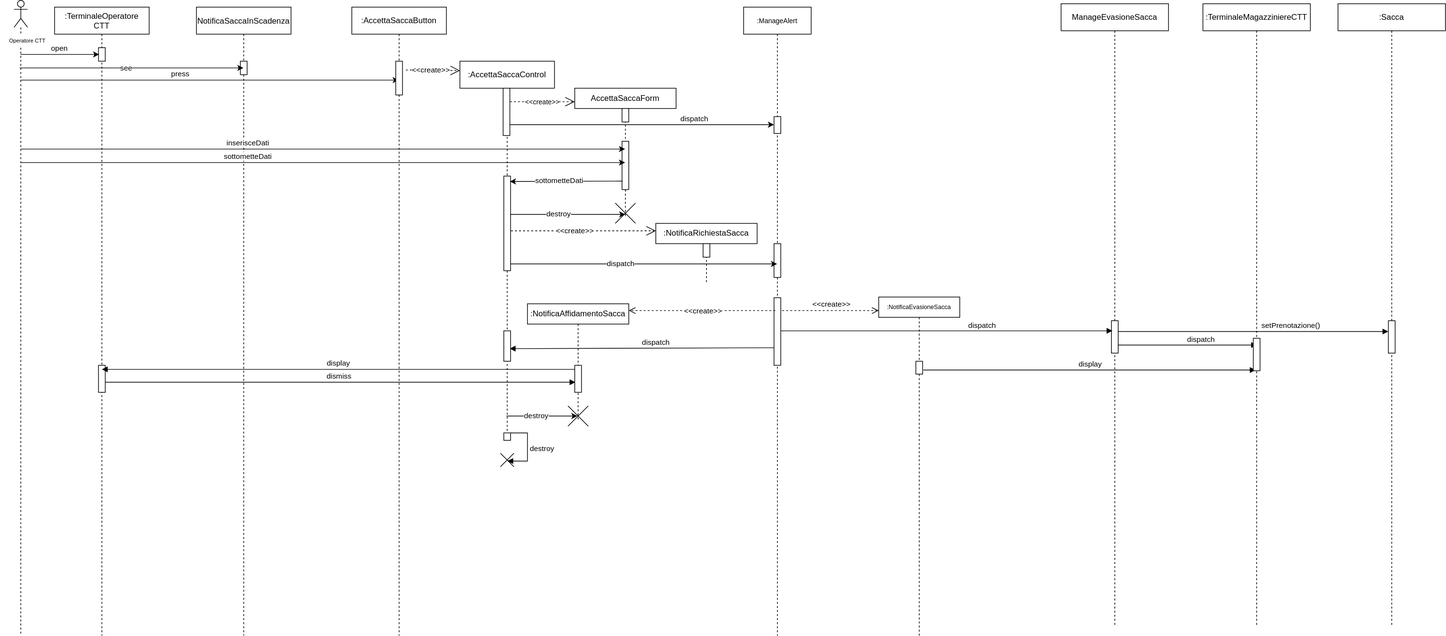
Above: System Definition/Editabili/Sequence diagrams/.svg/RispostaAlert.svg in MarcoRuta/Sistema-gestione-CCS-CTT-UnaRegione (draw.io), before the change. Source tidied: cells renumbered, new cells last; positions are measured from the earlier drawing's top-left corner, leaving out a move shared by most shapes.
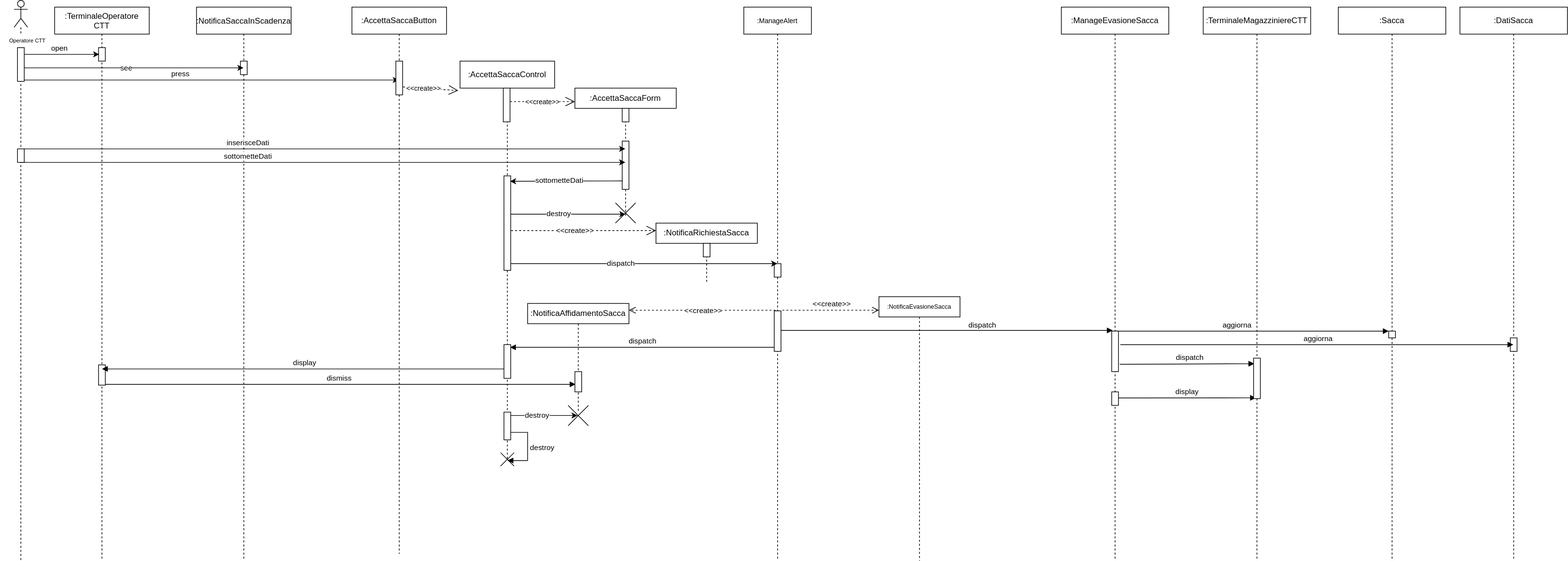
The same diagram one commit later.

Diff of the diagram source:
```diff
@@ -2,24 +2,20 @@
   <root>
     <mxCell id="0" />
     <mxCell id="1" parent="0" />
-    <mxCell id="2" value="setPrenotazione()" style="html=1;verticalAlign=bottom;endArrow=block;" parent="1" edge="1" target="70">
-      <mxGeometry x="0.29" relative="1" as="geometry">
+    <mxCell id="2" value="aggiorna" style="html=1;verticalAlign=bottom;endArrow=block;" parent="1" edge="1" target="70">
+      <mxGeometry x="-0.11" relative="1" as="geometry">
         <mxPoint x="1650" y="490" as="sourcePoint" />
       </mxGeometry>
     </mxCell>
-    <mxCell id="3" value="dispatch" style="html=1;verticalAlign=bottom;endArrow=block;" parent="1" edge="1">
-      <mxGeometry x="0.22" y="-1" relative="1" as="geometry">
-        <mxPoint x="1650" y="510" as="sourcePoint" />
-        <mxPoint x="1860" y="510" as="targetPoint" />
-        <mxPoint x="-1" as="offset" />
-      </mxGeometry>
+    <mxCell id="3" value="dispatch" style="html=1;verticalAlign=bottom;endArrow=block;exitX=1.197;exitY=0.82;exitDx=0;exitDy=0;exitPerimeter=0;entryX=0.106;entryY=0.138;entryDx=0;entryDy=0;entryPerimeter=0;" parent="1" edge="1" source="39" target="68">
+      <mxGeometry x="0.04" y="1" relative="1" as="geometry" />
     </mxCell>
     <mxCell id="4" value="dismiss" style="html=1;verticalAlign=bottom;endArrow=block;entryX=0.1;entryY=0.625;entryDx=0;entryDy=0;entryPerimeter=0;" parent="1" edge="1" source="24" target="64">
       <mxGeometry relative="1" as="geometry" />
     </mxCell>
     <mxCell id="5" value="display" style="html=1;verticalAlign=bottom;endArrow=block;entryX=0.35;entryY=0.979;entryDx=0;entryDy=0;entryPerimeter=0;" parent="1" edge="1" target="68">
       <mxGeometry relative="1" as="geometry">
-        <mxPoint x="1366" y="547" as="sourcePoint" />
+        <mxPoint x="1654" y="589" as="sourcePoint" />
       </mxGeometry>
     </mxCell>
     <mxCell id="6" value="&amp;lt;&amp;lt;create&amp;gt;&amp;gt;" style="endArrow=open;endSize=12;dashed=1;html=1;" parent="1" edge="1" source="18">
@@ -28,33 +24,20 @@
         <mxPoint x="1" as="offset" />
       </mxGeometry>
     </mxCell>
-    <mxCell id="7" value="dispatch" style="html=1;verticalAlign=bottom;endArrow=block;entryX=0.883;entryY=0.585;entryDx=0;entryDy=0;entryPerimeter=0;" parent="1" edge="1" target="20">
-      <mxGeometry x="-0.1" relative="1" as="geometry">
+    <mxCell id="7" value="dispatch" style="html=1;verticalAlign=bottom;endArrow=block;" parent="1" edge="1">
+      <mxGeometry relative="1" as="geometry">
         <mxPoint x="1146.7" y="514" as="sourcePoint" />
+        <mxPoint x="754" y="514" as="targetPoint" />
       </mxGeometry>
     </mxCell>
     <mxCell id="8" value="&lt;span style=&quot;font-size: 12px&quot;&gt;:NotificaAffidamentoSacca&lt;/span&gt;" style="shape=umlLifeline;perimeter=lifelinePerimeter;whiteSpace=wrap;html=1;fillColor=#ffffff;fontSize=8;size=30;" parent="1" vertex="1">
-      <mxGeometry x="780" y="449" width="150" height="171" as="geometry" />
+      <mxGeometry x="780" y="449" width="150" height="161" as="geometry" />
     </mxCell>
     <mxCell id="9" style="shape=umlDestroy;" parent="8" vertex="1">
       <mxGeometry x="60" y="151" width="30" height="30" as="geometry" />
     </mxCell>
-    <mxCell id="10" style="endArrow=classic;html=1;" parent="1" edge="1">
-      <mxGeometry relative="1" as="geometry">
-        <mxPoint x="749.8" y="184" as="sourcePoint" />
-        <mxPoint x="1145" y="184" as="targetPoint" />
-        <Array as="points">
-          <mxPoint x="968.5" y="184" />
-        </Array>
-      </mxGeometry>
-    </mxCell>
-    <mxCell id="11" value="dispatch" style="edgeLabel;html=1;align=center;verticalAlign=middle;" parent="10" vertex="1">
-      <mxGeometry x="-0.4" y="-2" relative="1" as="geometry">
-        <mxPoint x="158" y="-12" as="offset" />
-      </mxGeometry>
-    </mxCell>
     <mxCell id="12" style="shape=umlLifeline;participant=umlActor;perimeter=lifelinePerimeter;whiteSpace=wrap;html=1;verticalAlign=top;spacingTop=36;outlineConnect=0;size=40;" parent="1" vertex="1">
-      <mxGeometry x="20" width="20" height="940" as="geometry" />
+      <mxGeometry x="20" width="20" height="830" as="geometry" />
     </mxCell>
     <mxCell id="13" style="endArrow=classic;html=1;" parent="1" edge="1" target="15">
       <mxGeometry relative="1" as="geometry">
@@ -70,30 +53,14 @@
       </mxGeometry>
     </mxCell>
     <mxCell id="15" value="&lt;span&gt;:AccettaSaccaButton&lt;/span&gt;" style="shape=umlLifeline;perimeter=lifelinePerimeter;whiteSpace=wrap;html=1;outlineConnect=0;fillColor=#ffffff;" parent="1" vertex="1">
-      <mxGeometry x="520" y="10" width="140" height="930" as="geometry" />
+      <mxGeometry x="520" y="10" width="140" height="810" as="geometry" />
     </mxCell>
     <mxCell id="16" style="points=[];perimeter=orthogonalPerimeter;rounded=0;shadow=0;strokeWidth=1;" parent="15" vertex="1">
       <mxGeometry x="65" y="80" width="10" height="50" as="geometry" />
     </mxCell>
-    <mxCell id="17" value="&amp;lt;&amp;lt;create&amp;gt;&amp;gt;" style="endArrow=open;endSize=12;dashed=1;html=1;entryX=0;entryY=0.083;entryDx=0;entryDy=0;entryPerimeter=0;" parent="1" edge="1">
-      <mxGeometry x="-0.1" relative="1" as="geometry">
-        <mxPoint x="600" y="103" as="sourcePoint" />
-        <mxPoint x="680" y="104" as="targetPoint" />
-        <mxPoint x="1" as="offset" />
-      </mxGeometry>
-    </mxCell>
     <mxCell id="18" value="&lt;div&gt;:AccettaSaccaControl&lt;/div&gt;" style="shape=umlLifeline;perimeter=lifelinePerimeter;whiteSpace=wrap;html=1;outlineConnect=0;fillColor=#ffffff;" parent="1" vertex="1">
-      <mxGeometry x="680" y="90" width="140" height="560" as="geometry" />
+      <mxGeometry x="680" y="90" width="140" height="590" as="geometry" />
     </mxCell>
-    <mxCell id="19" style="points=[];perimeter=orthogonalPerimeter;rounded=0;shadow=0;strokeWidth=1;" parent="18" vertex="1">
-      <mxGeometry x="64" y="40" width="10" height="70" as="geometry" />
-    </mxCell>
-    <mxCell id="20" style="points=[];perimeter=orthogonalPerimeter;rounded=0;shadow=0;strokeWidth=1;" parent="18" vertex="1">
-      <mxGeometry x="65" y="399" width="10" height="45" as="geometry" />
-    </mxCell>
-    <mxCell id="21" style="points=[];perimeter=orthogonalPerimeter;rounded=0;shadow=0;strokeWidth=1;" parent="18" vertex="1">
-      <mxGeometry x="65" y="170" width="10" height="140" as="geometry" />
-    </mxCell>
     <mxCell id="22" value="Operatore CTT" style="text;align=center;fontStyle=0;verticalAlign=middle;spacingLeft=3;spacingRight=3;strokeColor=none;fillColor=#ffffff;fontSize=8;" parent="1" vertex="1">
       <mxGeometry y="50" width="80" height="20" as="geometry" />
     </mxCell>
@@ -107,13 +74,13 @@
       </mxGeometry>
     </mxCell>
     <mxCell id="24" value=":TerminaleOperatore&#10;CTT" style="shape=umlLifeline;perimeter=lifelinePerimeter;rounded=0;shadow=0;strokeWidth=1;" parent="1" vertex="1">
-      <mxGeometry x="80" y="10" width="140" height="930" as="geometry" />
+      <mxGeometry x="80" y="10" width="140" height="820" as="geometry" />
     </mxCell>
     <mxCell id="25" style="perimeter=orthogonalPerimeter;rounded=0;shadow=0;strokeWidth=1;" parent="24" vertex="1">
       <mxGeometry x="65" y="60" width="10" height="20" as="geometry" />
     </mxCell>
     <mxCell id="26" style="perimeter=orthogonalPerimeter;rounded=0;shadow=0;strokeWidth=1;" parent="24" vertex="1">
-      <mxGeometry x="65" y="530" width="10" height="40" as="geometry" />
+      <mxGeometry x="65" y="530" width="10" height="30" as="geometry" />
     </mxCell>
     <mxCell id="27" style="endArrow=classic;html=1;" parent="1" edge="1" source="12">
       <mxGeometry relative="1" as="geometry">
@@ -129,18 +96,15 @@
       </mxGeometry>
     </mxCell>
     <mxCell id="29" value="&lt;font style=&quot;font-size: 10px&quot;&gt;:ManageAlert&lt;/font&gt;" style="shape=umlLifeline;perimeter=lifelinePerimeter;whiteSpace=wrap;html=1;outlineConnect=0;fontSize=11;size=40;" parent="1" vertex="1">
-      <mxGeometry x="1100" y="10" width="100" height="930" as="geometry" />
+      <mxGeometry x="1100" y="10" width="100" height="820" as="geometry" />
     </mxCell>
-    <mxCell id="30" style="html=1;perimeter=orthogonalPerimeter;fontSize=11;" parent="29" vertex="1">
-      <mxGeometry x="45" y="162" width="10" height="25" as="geometry" />
-    </mxCell>
     <mxCell id="31" style="html=1;perimeter=orthogonalPerimeter;fontSize=11;" parent="29" vertex="1">
-      <mxGeometry x="45" y="350" width="10" height="50" as="geometry" />
+      <mxGeometry x="45" y="380" width="10" height="20" as="geometry" />
     </mxCell>
     <mxCell id="32" style="html=1;points=[];perimeter=orthogonalPerimeter;fontSize=11;" parent="29" vertex="1">
-      <mxGeometry x="45" y="430" width="10" height="100" as="geometry" />
+      <mxGeometry x="45" y="450" width="10" height="60" as="geometry" />
     </mxCell>
-    <mxCell id="33" value="&lt;span style=&quot;font-size: 12px&quot;&gt;AccettaSaccaForm&lt;/span&gt;" style="shape=umlLifeline;perimeter=lifelinePerimeter;whiteSpace=wrap;html=1;outlineConnect=0;fillColor=#ffffff;fontSize=8;size=30;" parent="1" vertex="1">
+    <mxCell id="33" value="&lt;span style=&quot;font-size: 12px&quot;&gt;:AccettaSaccaForm&lt;/span&gt;" style="shape=umlLifeline;perimeter=lifelinePerimeter;whiteSpace=wrap;html=1;outlineConnect=0;fillColor=#ffffff;fontSize=8;size=30;" parent="1" vertex="1">
       <mxGeometry x="850" y="130" width="150" height="190" as="geometry" />
     </mxCell>
     <mxCell id="34" style="perimeter=orthogonalPerimeter;rounded=0;shadow=0;strokeWidth=1;" parent="33" vertex="1">
@@ -155,21 +119,17 @@
         <mxPoint x="930" y="459" as="targetPoint" />
       </mxGeometry>
     </mxCell>
-    <mxCell id="37" value="display" style="html=1;verticalAlign=bottom;endArrow=block;" parent="1" edge="1">
+    <mxCell id="37" value="display" style="html=1;verticalAlign=bottom;endArrow=block;" parent="1" edge="1" source="18">
       <mxGeometry relative="1" as="geometry">
-        <mxPoint x="851" y="546" as="sourcePoint" />
         <mxPoint x="150" y="546" as="targetPoint" />
       </mxGeometry>
     </mxCell>
-    <mxCell id="38" value="&lt;span&gt;ManageEvasioneSacca&lt;/span&gt;" style="shape=umlLifeline;perimeter=lifelinePerimeter;whiteSpace=wrap;html=1;fillColor=#ffffff;" parent="1" vertex="1">
-      <mxGeometry x="1570" y="5" width="159" height="920" as="geometry" />
+    <mxCell id="38" value="&lt;span&gt;:ManageEvasioneSacca&lt;/span&gt;" style="shape=umlLifeline;perimeter=lifelinePerimeter;whiteSpace=wrap;html=1;fillColor=#ffffff;" parent="1" vertex="1">
+      <mxGeometry x="1570" y="10" width="159" height="820" as="geometry" />
     </mxCell>
     <mxCell id="39" style="html=1;points=[];perimeter=orthogonalPerimeter;fontSize=11;" parent="38" vertex="1">
-      <mxGeometry x="74.5" y="469" width="10" height="48" as="geometry" />
+      <mxGeometry x="74.5" y="480" width="10" height="60" as="geometry" />
     </mxCell>
-    <mxCell id="40" style="html=1;points=[];perimeter=orthogonalPerimeter;" parent="1" vertex="1">
-      <mxGeometry x="745" y="640" width="10" height="11" as="geometry" />
-    </mxCell>
     <mxCell id="41" value="destroy" style="edgeStyle=orthogonalEdgeStyle;html=1;align=left;spacingLeft=2;endArrow=block;rounded=0;entryX=0.517;entryY=0.583;entryDx=0;entryDy=0;entryPerimeter=0;" parent="1" edge="1" source="40" target="42">
       <mxGeometry relative="1" as="geometry">
         <Array as="points">
@@ -189,11 +149,8 @@
       </mxGeometry>
     </mxCell>
     <mxCell id="44" value="&lt;font style=&quot;font-size: 9px&quot;&gt;:&lt;font style=&quot;font-size: 9px&quot;&gt;NotificaEvasioneSacca&lt;/font&gt;&lt;/font&gt;" style="shape=umlLifeline;perimeter=lifelinePerimeter;whiteSpace=wrap;html=1;fillColor=#ffffff;fontSize=8;size=30;" parent="1" vertex="1">
-      <mxGeometry x="1300" y="439" width="120" height="501" as="geometry" />
+      <mxGeometry x="1300" y="439" width="120" height="391" as="geometry" />
     </mxCell>
-    <mxCell id="45" style="perimeter=orthogonalPerimeter;rounded=0;shadow=0;strokeWidth=1;" parent="44" vertex="1">
-      <mxGeometry x="55" y="95" width="10" height="19" as="geometry" />
-    </mxCell>
     <mxCell id="46" value="dispatch" style="html=1;verticalAlign=bottom;endArrow=block;" parent="1" edge="1" source="32">
       <mxGeometry x="0.22" y="-1" relative="1" as="geometry">
         <mxPoint x="1646" y="489" as="targetPoint" />
@@ -203,8 +160,8 @@
     <mxCell id="47" style="shape=umlDestroy;" parent="1" vertex="1">
       <mxGeometry x="910" y="300" width="30" height="30" as="geometry" />
     </mxCell>
-    <mxCell id="48" value="NotificaSaccaInScadenza" style="shape=umlLifeline;perimeter=lifelinePerimeter;rounded=0;shadow=0;strokeWidth=1;" parent="1" vertex="1">
-      <mxGeometry x="290" y="10" width="140" height="930" as="geometry" />
+    <mxCell id="48" value=":NotificaSaccaInScadenza" style="shape=umlLifeline;perimeter=lifelinePerimeter;rounded=0;shadow=0;strokeWidth=1;" parent="1" vertex="1">
+      <mxGeometry x="290" y="10" width="140" height="820" as="geometry" />
     </mxCell>
     <mxCell id="49" style="perimeter=orthogonalPerimeter;rounded=0;shadow=0;strokeWidth=1;" parent="48" vertex="1">
       <mxGeometry x="65" y="80" width="10" height="20" as="geometry" />
@@ -278,11 +235,11 @@
       <mxGeometry x="-0.18" y="1" relative="1" as="geometry" />
     </mxCell>
     <mxCell id="64" style="points=[];perimeter=orthogonalPerimeter;rounded=0;shadow=0;strokeWidth=1;" parent="1" vertex="1">
-      <mxGeometry x="850" y="540" width="10" height="40" as="geometry" />
+      <mxGeometry x="850" y="550" width="10" height="30" as="geometry" />
     </mxCell>
     <mxCell id="65" style="endArrow=classic;html=1;" parent="1" edge="1">
       <mxGeometry relative="1" as="geometry">
-        <mxPoint x="749" y="615" as="sourcePoint" />
+        <mxPoint x="750" y="615" as="sourcePoint" />
         <mxPoint x="854" y="615" as="targetPoint" />
       </mxGeometry>
     </mxCell>
@@ -290,16 +247,51 @@
       <mxGeometry x="-0.18" y="1" relative="1" as="geometry" />
     </mxCell>
     <mxCell id="67" value="&lt;span&gt;:TerminaleMagazziniereCTT&lt;/span&gt;" style="shape=umlLifeline;perimeter=lifelinePerimeter;whiteSpace=wrap;html=1;fillColor=#ffffff;" parent="1" vertex="1">
-      <mxGeometry x="1780" y="5" width="159" height="920" as="geometry" />
+      <mxGeometry x="1780" y="10" width="159" height="820" as="geometry" />
     </mxCell>
     <mxCell id="68" style="html=1;points=[];perimeter=orthogonalPerimeter;fontSize=11;" parent="67" vertex="1">
-      <mxGeometry x="74.5" y="495" width="10" height="48" as="geometry" />
+      <mxGeometry x="74.5" y="520" width="10" height="60" as="geometry" />
     </mxCell>
     <mxCell id="69" value="&lt;span&gt;:Sacca&lt;/span&gt;" style="shape=umlLifeline;perimeter=lifelinePerimeter;whiteSpace=wrap;html=1;fillColor=#ffffff;" parent="1" vertex="1">
-      <mxGeometry x="1980" y="5" width="159" height="920" as="geometry" />
+      <mxGeometry x="1980" y="10" width="159" height="820" as="geometry" />
     </mxCell>
     <mxCell id="70" style="html=1;points=[];perimeter=orthogonalPerimeter;fontSize=11;" parent="69" vertex="1">
-      <mxGeometry x="74.5" y="469" width="10" height="48" as="geometry" />
+      <mxGeometry x="74.5" y="480" width="10" height="10" as="geometry" />
     </mxCell>
+    <mxCell id="40" style="html=1;points=[];perimeter=orthogonalPerimeter;" parent="1" vertex="1">
+      <mxGeometry x="745" y="610" width="10" height="41" as="geometry" />
+    </mxCell>
+    <mxCell id="71" value="&lt;span&gt;:DatiSacca&lt;/span&gt;" style="shape=umlLifeline;perimeter=lifelinePerimeter;whiteSpace=wrap;html=1;outlineConnect=0;fillColor=#ffffff;" parent="1" vertex="1">
+      <mxGeometry x="2160" y="10" width="159" height="820" as="geometry" />
+    </mxCell>
+    <mxCell id="72" style="html=1;perimeter=orthogonalPerimeter;fontSize=11;" parent="71" vertex="1">
+      <mxGeometry x="74.5" y="490" width="10" height="20" as="geometry" />
+    </mxCell>
+    <mxCell id="73" value="aggiorna" style="html=1;verticalAlign=bottom;endArrow=block;" parent="1" edge="1" target="71">
+      <mxGeometry x="0.01" relative="1" as="geometry">
+        <mxPoint x="1657.2" y="510" as="sourcePoint" />
+      </mxGeometry>
+    </mxCell>
+    <mxCell id="19" style="points=[];perimeter=orthogonalPerimeter;rounded=0;shadow=0;strokeWidth=1;" parent="1" vertex="1">
+      <mxGeometry x="744" y="130" width="10" height="50" as="geometry" />
+    </mxCell>
+    <mxCell id="20" style="points=[];perimeter=orthogonalPerimeter;rounded=0;shadow=0;strokeWidth=1;" parent="1" vertex="1">
+      <mxGeometry x="745" y="510" width="10" height="50" as="geometry" />
+    </mxCell>
+    <mxCell id="21" style="points=[];perimeter=orthogonalPerimeter;rounded=0;shadow=0;strokeWidth=1;" parent="1" vertex="1">
+      <mxGeometry x="745" y="260" width="10" height="140" as="geometry" />
+    </mxCell>
+    <mxCell id="17" value="&lt;font style=&quot;font-size: 10px&quot;&gt;&amp;lt;&amp;lt;create&amp;gt;&amp;gt;&lt;/font&gt;" style="endArrow=open;endSize=12;dashed=1;html=1;fontSize=8;entryX=-0.019;entryY=0.074;entryDx=0;entryDy=0;entryPerimeter=0;exitX=1.055;exitY=0.766;exitDx=0;exitDy=0;exitPerimeter=0;" parent="1" edge="1" source="16" target="18">
+      <mxGeometry x="-0.25" relative="1" as="geometry" />
+    </mxCell>
+    <mxCell id="45" style="perimeter=orthogonalPerimeter;rounded=0;shadow=0;strokeWidth=1;direction=west;" parent="1" vertex="1">
+      <mxGeometry x="1644.5" y="580" width="10" height="20" as="geometry" />
+    </mxCell>
+    <mxCell id="74" style="perimeter=orthogonalPerimeter;rounded=0;shadow=0;strokeWidth=1;" parent="1" vertex="1">
+      <mxGeometry x="25" y="70" width="10" height="50" as="geometry" />
+    </mxCell>
+    <mxCell id="75" style="perimeter=orthogonalPerimeter;rounded=0;shadow=0;strokeWidth=1;" parent="1" vertex="1">
+      <mxGeometry x="25" y="220" width="10" height="20" as="geometry" />
+    </mxCell>
   </root>
 </mxGraphModel>
```
